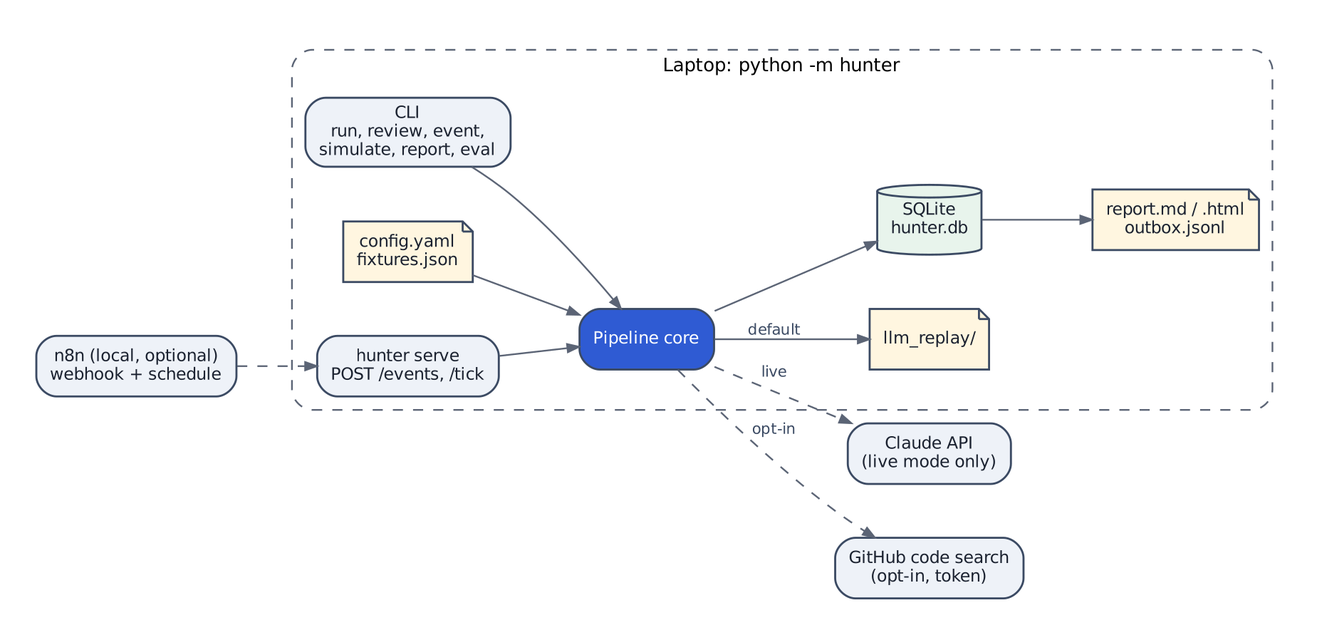
Before: docs/diagrams/infra_poc.png, a diagram exported from Graphviz (OzShwartz/Scylla-Hunter-POC). Its source is kept beside it as docs/diagrams/infra_poc.dot.
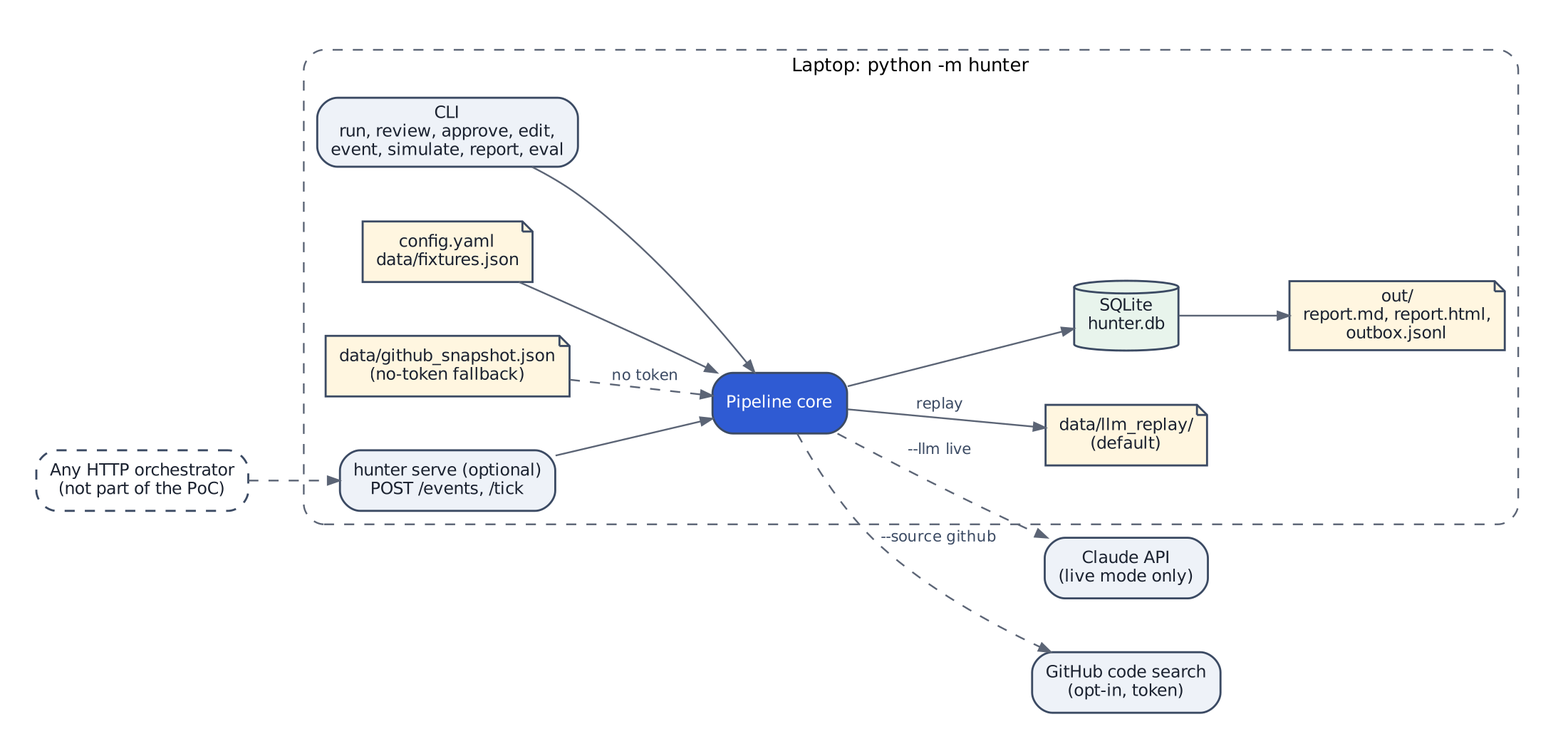
After the change.

Commit message:
Step 1: replace infra_poc, message_lifecycle, erd diagrams

Diff of the diagram source:
```diff
@@ -1,13 +1,16 @@
-digraph G { rankdir=LR;   graph [fontname="DejaVu Sans", fontsize=11, bgcolor="white", pad=0.3, nodesep=0.45, ranksep=0.55];
+digraph G { rankdir=LR; graph [fontname="DejaVu Sans", fontsize=11, bgcolor="white", pad=0.3, nodesep=0.45, ranksep=0.55];
   node  [fontname="DejaVu Sans", fontsize=10, color="#3b4a63", fontcolor="#1b2230", penwidth=1.2];
   edge  [fontname="DejaVu Sans", fontsize=9, color="#5b6475", fontcolor="#3b4a63", arrowsize=0.7]; compound=true;
   node [shape=box, style="rounded,filled", fillcolor="#eef2f8"];
   subgraph cluster_l { label="Laptop: python -m hunter"; style="rounded,dashed"; color="#5b6475";
-    CLI [label="CLI\nrun, review, event,\nsimulate, report, eval"]; CORE [label="Pipeline core", fillcolor="#2f5bd3", fontcolor="white"];
-    CFG [shape=note, fillcolor="#fff6e0", label="config.yaml\nfixtures.json"]; REP [shape=note, fillcolor="#fff6e0", label="llm_replay/"];
-    DB [shape=cylinder, fillcolor="#e8f4ec", label="SQLite\nhunter.db"]; OUT [shape=note, fillcolor="#fff6e0", label="report.md / .html\noutbox.jsonl"];
-    API [label="hunter serve\nPOST /events, /tick"]; }
-  N8N [label="n8n (local, optional)\nwebhook + schedule"]; CL [label="Claude API\n(live mode only)"]; GH [label="GitHub code search\n(opt-in, token)"];
-  CLI -> CORE; CFG -> CORE; CORE -> REP [label="default"]; CORE -> CL [style=dashed, label="live"]; CORE -> GH [style=dashed, label="opt-in"];
-  CORE -> DB; DB -> OUT; N8N -> API [style=dashed]; API -> CORE;
+    CLI [label="CLI\nrun, review, approve, edit,\nevent, simulate, report, eval"]; CORE [label="Pipeline core", fillcolor="#2f5bd3", fontcolor="white"];
+    CFG [shape=note, fillcolor="#fff6e0", label="config.yaml\ndata/fixtures.json"]; REP [shape=note, fillcolor="#fff6e0", label="data/llm_replay/\n(default)"];
+    SNAP [shape=note, fillcolor="#fff6e0", label="data/github_snapshot.json\n(no-token fallback)"];
+    DB [shape=cylinder, fillcolor="#e8f4ec", label="SQLite\nhunter.db"]; OUT [shape=note, fillcolor="#fff6e0", label="out/\nreport.md, report.html,\noutbox.jsonl"];
+    API [label="hunter serve (optional)\nPOST /events, /tick"]; }
+  CL [label="Claude API\n(live mode only)"]; GH [label="GitHub code search\n(opt-in, token)"];
+  ORCH [label="Any HTTP orchestrator\n(not part of the PoC)", style="rounded,dashed", fillcolor="white"];
+  CLI -> CORE; CFG -> CORE; CORE -> REP [label="replay"]; CORE -> CL [style=dashed, label="--llm live"];
+  CORE -> GH [style=dashed, label="--source github"]; SNAP -> CORE [style=dashed, label="no token"];
+  CORE -> DB; DB -> OUT; ORCH -> API [style=dashed]; API -> CORE;
 }
```
